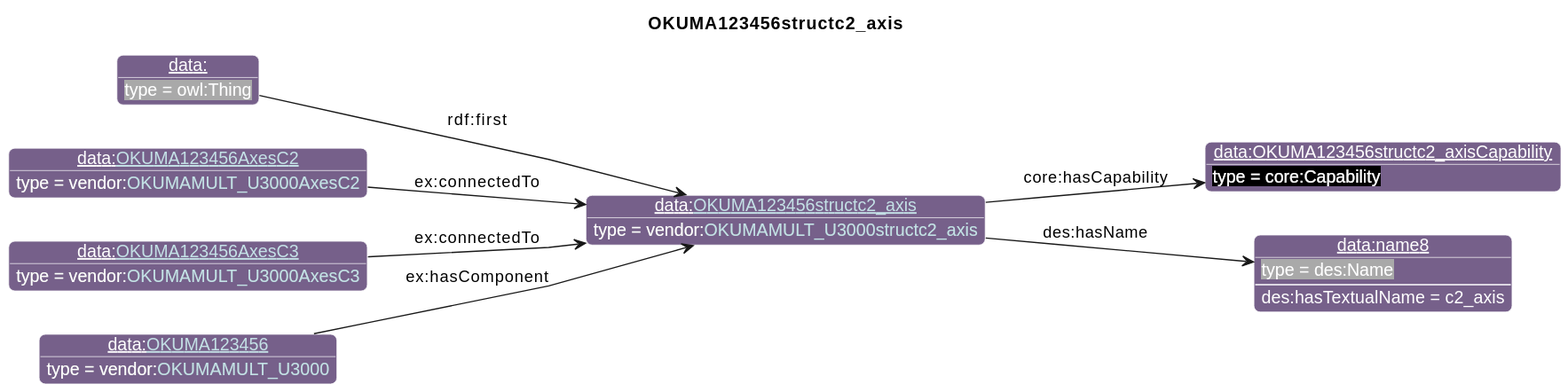
This is diagrams/OKUMA123456structc2_axis.svg from iofoundry/example-syseng-mtconnect, a PlantUML export, as it was before one commit.
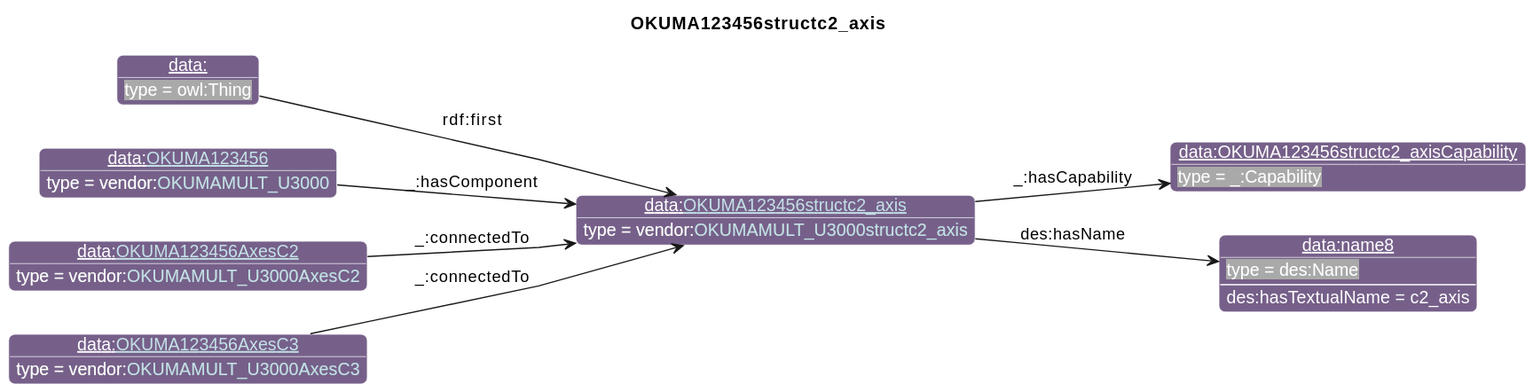
After the change.

The edit, as a diff of the source:
```diff
@@ -26,17 +26,17 @@
                       "qp":"641B2E"
       }
 individual(o0, data:[[./OKUMA123456structc2_axis.html OKUMA123456structc2_axis]], vendor:[[../OKUMA.html#OKUMAMULT_U3000structc2_axis OKUMAMULT_U3000structc2_axis]])
-individual(o1, data:OKUMA123456structc2_axisCapability, core:Capability)
+individual(o1, data:OKUMA123456structc2_axisCapability, _:Capability)
 individual(o2, data:name8, des:Name)
 individual(o3, data:, owl:Thing)
-individual(o4, data:[[./OKUMA123456AxesC2.html OKUMA123456AxesC2]], vendor:[[../OKUMA.html#OKUMAMULT_U3000AxesC2 OKUMAMULT_U3000AxesC2]])
-individual(o5, data:[[./OKUMA123456AxesC3.html OKUMA123456AxesC3]], vendor:[[../OKUMA.html#OKUMAMULT_U3000AxesC3 OKUMAMULT_U3000AxesC3]])
-individual(o6, data:[[./OKUMA123456.html OKUMA123456]], vendor:[[../OKUMA.html#OKUMAMULT_U3000 OKUMAMULT_U3000]])
-property(o0, "core:hasCapability", o1)
+individual(o4, data:[[./OKUMA123456.html OKUMA123456]], vendor:[[../OKUMA.html#OKUMAMULT_U3000 OKUMAMULT_U3000]])
+individual(o5, data:[[./OKUMA123456AxesC2.html OKUMA123456AxesC2]], vendor:[[../OKUMA.html#OKUMAMULT_U3000AxesC2 OKUMAMULT_U3000AxesC2]])
+individual(o6, data:[[./OKUMA123456AxesC3.html OKUMA123456AxesC3]], vendor:[[../OKUMA.html#OKUMAMULT_U3000AxesC3 OKUMAMULT_U3000AxesC3]])
+property(o0, "_:hasCapability", o1)
 property(o0, "des:hasName", o2)
 data(o2, "des:hasTextualName", "c2_axis")
 property(o3, "rdf:first", o0)
-property(o4, "ex:connectedTo", o0)
-property(o5, "ex:connectedTo", o0)
-property(o6, "ex:hasComponent", o0)
+property(o4, "_:hasComponent", o0)
+property(o5, "_:connectedTo", o0)
+property(o6, "_:connectedTo", o0)
 @enduml
```
